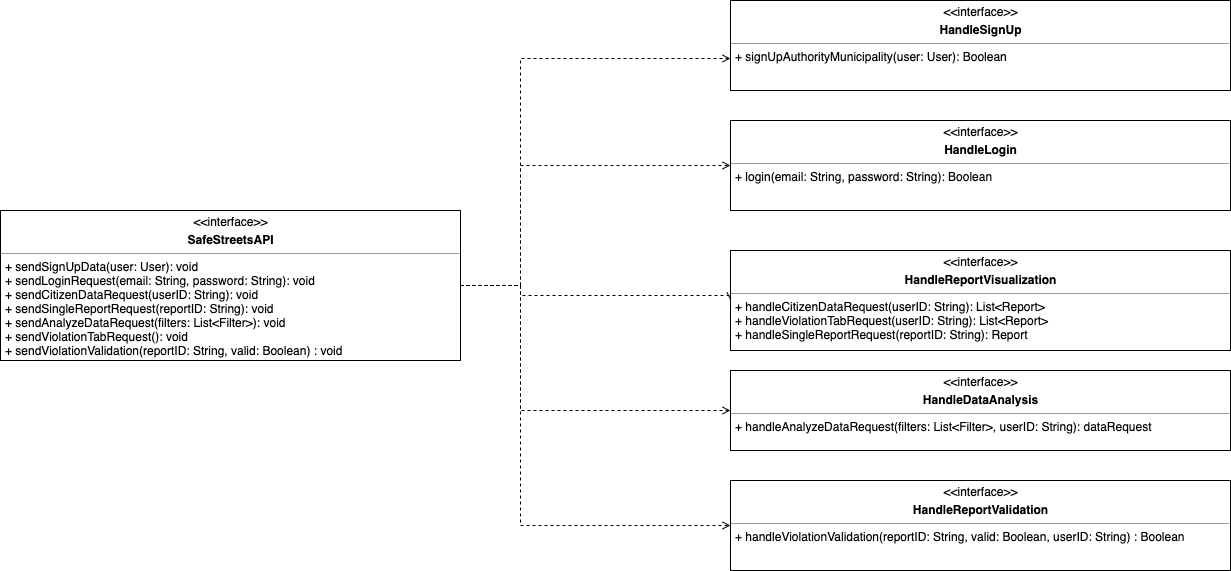
Earlier version of the draw.io export Documentation/DD/Images/AuthorityComponentInterfaces.png (AndreaFalanti/FalantiHuang-SwEngineering2). Source tidied: cells renumbered, new cells last; positions are measured from the earlier drawing's top-left corner, leaving out a move shared by most shapes.
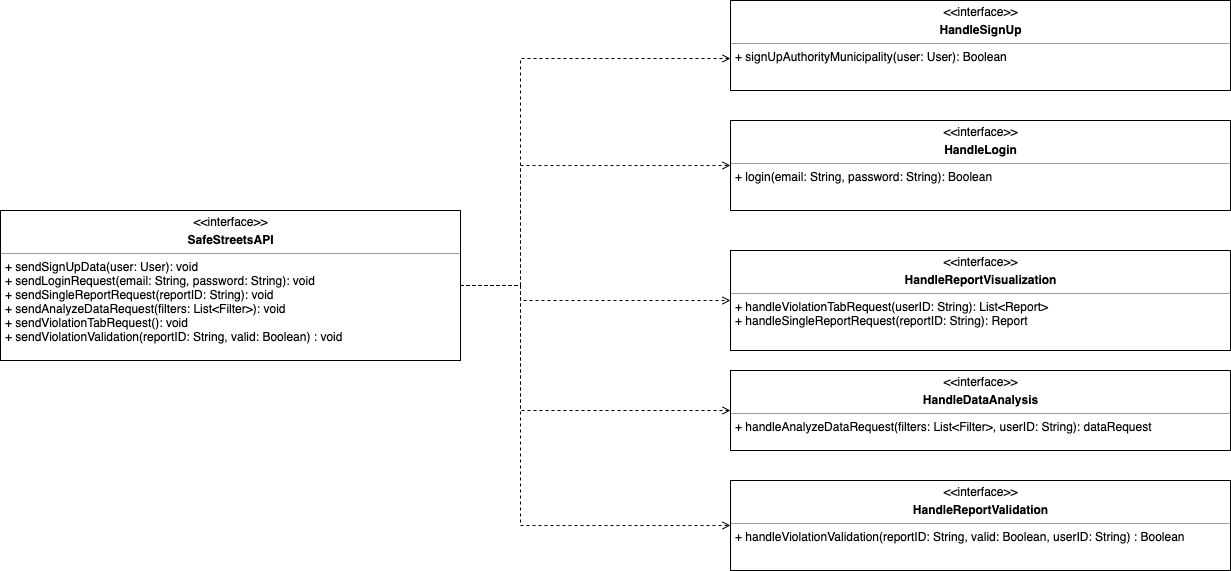
The same file after the commit.

What changed in the source:
```diff
@@ -18,11 +18,11 @@
         </Array>
       </mxGeometry>
     </mxCell>
-    <mxCell id="4" style="edgeStyle=orthogonalEdgeStyle;rounded=0;jettySize=auto;html=1;entryX=0;entryY=0.5;entryDx=0;entryDy=0;dashed=1;endArrow=open;endFill=0;" parent="1" edge="1" source="7" target="8">
+    <mxCell id="4" style="rounded=0;jettySize=auto;html=1;entryX=0;entryY=0.5;entryDx=0;entryDy=0;dashed=1;endArrow=open;endFill=0;edgeStyle=orthogonalEdgeStyle;" parent="1" edge="1" source="7" target="8">
       <mxGeometry relative="1" as="geometry">
         <Array as="points">
           <mxPoint x="520" y="285" />
-          <mxPoint x="520" y="295" />
+          <mxPoint x="520" y="300" />
         </Array>
       </mxGeometry>
     </mxCell>
@@ -42,10 +42,10 @@
         </Array>
       </mxGeometry>
     </mxCell>
-    <mxCell id="7" value="&lt;p style=&quot;margin: 4px 0px 0px ; text-align: center&quot;&gt;&amp;lt;&amp;lt;interface&amp;gt;&amp;gt;&lt;/p&gt;&lt;p style=&quot;margin: 4px 0px 0px ; text-align: center&quot;&gt;&lt;b&gt;SafeStreetsAPI&lt;/b&gt;&lt;/p&gt;&lt;hr size=&quot;1&quot;&gt;&lt;p style=&quot;margin: 0px ; margin-left: 4px&quot;&gt;&lt;span&gt;+ sendSignUpData(user: User): void&lt;/span&gt;&lt;/p&gt;&lt;p style=&quot;margin: 0px ; margin-left: 4px&quot;&gt;&lt;span&gt;+ sendLoginRequest(email: String, password: String): void&lt;/span&gt;&lt;/p&gt;&lt;p style=&quot;margin: 0px ; margin-left: 4px&quot;&gt;+ sendCitizenDataRequest(userID: String): void&lt;/p&gt;&lt;p style=&quot;margin: 0px ; margin-left: 4px&quot;&gt;+ sendSingleReportRequest(reportID: String): void&lt;br&gt;&lt;/p&gt;&lt;p style=&quot;margin: 0px ; margin-left: 4px&quot;&gt;+ sendAnalyzeDataRequest(filters: List&amp;lt;Filter&amp;gt;): void&lt;/p&gt;&lt;p style=&quot;margin: 0px ; margin-left: 4px&quot;&gt;+ sendViolationTabRequest(): void&lt;/p&gt;&lt;p style=&quot;margin: 0px ; margin-left: 4px&quot;&gt;+ sendViolationValidation(reportID: String, valid: Boolean) : void&lt;/p&gt;" style="verticalAlign=top;align=left;overflow=fill;fontSize=12;fontFamily=Helvetica;html=1;" parent="1" vertex="1">
+    <mxCell id="7" value="&lt;p style=&quot;margin: 4px 0px 0px ; text-align: center&quot;&gt;&amp;lt;&amp;lt;interface&amp;gt;&amp;gt;&lt;/p&gt;&lt;p style=&quot;margin: 4px 0px 0px ; text-align: center&quot;&gt;&lt;b&gt;SafeStreetsAPI&lt;/b&gt;&lt;/p&gt;&lt;hr size=&quot;1&quot;&gt;&lt;p style=&quot;margin: 0px ; margin-left: 4px&quot;&gt;&lt;span&gt;+ sendSignUpData(user: User): void&lt;/span&gt;&lt;/p&gt;&lt;p style=&quot;margin: 0px ; margin-left: 4px&quot;&gt;&lt;span&gt;+ sendLoginRequest(email: String, password: String): void&lt;/span&gt;&lt;/p&gt;&lt;p style=&quot;margin: 0px ; margin-left: 4px&quot;&gt;+ sendSingleReportRequest(reportID: String): void&lt;br&gt;&lt;/p&gt;&lt;p style=&quot;margin: 0px ; margin-left: 4px&quot;&gt;+ sendAnalyzeDataRequest(filters: List&amp;lt;Filter&amp;gt;): void&lt;/p&gt;&lt;p style=&quot;margin: 0px ; margin-left: 4px&quot;&gt;+ sendViolationTabRequest(): void&lt;/p&gt;&lt;p style=&quot;margin: 0px ; margin-left: 4px&quot;&gt;+ sendViolationValidation(reportID: String, valid: Boolean) : void&lt;/p&gt;" style="verticalAlign=top;align=left;overflow=fill;fontSize=12;fontFamily=Helvetica;html=1;" parent="1" vertex="1">
       <mxGeometry y="210" width="460" height="150" as="geometry" />
     </mxCell>
-    <mxCell id="8" value="&lt;p style=&quot;margin: 4px 0px 0px ; text-align: center&quot;&gt;&amp;lt;&amp;lt;interface&amp;gt;&amp;gt;&lt;/p&gt;&lt;p style=&quot;margin: 4px 0px 0px ; text-align: center&quot;&gt;&lt;b&gt;HandleReportVisualization&lt;/b&gt;&lt;/p&gt;&lt;hr size=&quot;1&quot;&gt;&lt;p style=&quot;margin: 0px ; margin-left: 4px&quot;&gt;&lt;span&gt;+ handleCitizenDataRequest(userID: String): List&amp;lt;Report&amp;gt;&lt;/span&gt;&lt;/p&gt;&lt;p style=&quot;margin: 0px ; margin-left: 4px&quot;&gt;+ handleViolationTabRequest(userID: String): List&amp;lt;Report&amp;gt;&lt;span&gt;&lt;br&gt;&lt;/span&gt;&lt;/p&gt;&lt;p style=&quot;margin: 0px ; margin-left: 4px&quot;&gt;&lt;span&gt;+ handleSingleReportRequest(reportID: String): Report&lt;/span&gt;&lt;/p&gt;" style="verticalAlign=top;align=left;overflow=fill;fontSize=12;fontFamily=Helvetica;html=1;" parent="1" vertex="1">
+    <mxCell id="8" value="&lt;p style=&quot;margin: 4px 0px 0px ; text-align: center&quot;&gt;&amp;lt;&amp;lt;interface&amp;gt;&amp;gt;&lt;/p&gt;&lt;p style=&quot;margin: 4px 0px 0px ; text-align: center&quot;&gt;&lt;b&gt;HandleReportVisualization&lt;/b&gt;&lt;/p&gt;&lt;hr size=&quot;1&quot;&gt;&lt;p style=&quot;margin: 0px ; margin-left: 4px&quot;&gt;&lt;span&gt;+ handleViolationTabRequest(userID: String): List&amp;lt;Report&amp;gt;&lt;/span&gt;&lt;br&gt;&lt;/p&gt;&lt;p style=&quot;margin: 0px ; margin-left: 4px&quot;&gt;&lt;span&gt;+ handleSingleReportRequest(reportID: String): Report&lt;/span&gt;&lt;/p&gt;" style="verticalAlign=top;align=left;overflow=fill;fontSize=12;fontFamily=Helvetica;html=1;" parent="1" vertex="1">
       <mxGeometry x="730" y="250" width="500" height="100" as="geometry" />
     </mxCell>
     <mxCell id="9" value="&lt;p style=&quot;margin: 4px 0px 0px ; text-align: center&quot;&gt;&amp;lt;&amp;lt;interface&amp;gt;&amp;gt;&lt;/p&gt;&lt;p style=&quot;margin: 4px 0px 0px ; text-align: center&quot;&gt;&lt;b&gt;HandleDataAnalysis&lt;/b&gt;&lt;/p&gt;&lt;hr size=&quot;1&quot;&gt;&lt;p style=&quot;margin: 0px 0px 0px 4px&quot;&gt;+ handleAnalyzeDataRequest(filters: List&amp;lt;Filter&amp;gt;, userID: String): dataRequest&lt;/p&gt;&lt;p style=&quot;margin: 0px ; margin-left: 4px&quot;&gt;&lt;br&gt;&lt;/p&gt;" style="verticalAlign=top;align=left;overflow=fill;fontSize=12;fontFamily=Helvetica;html=1;" parent="1" vertex="1">
```
